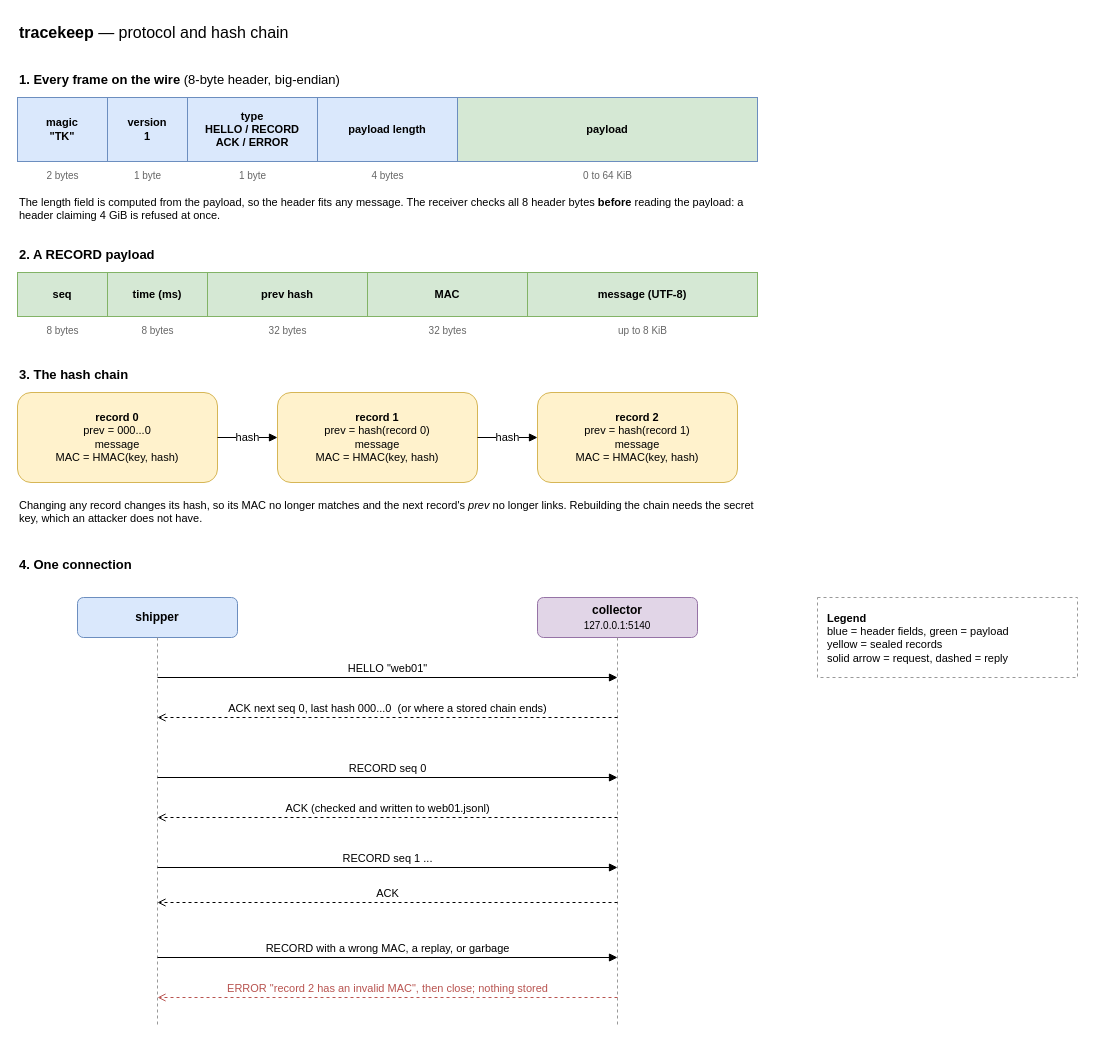
Earlier version of the draw.io diagram docs/tracekeep-protocol.drawio (AoceanP/tracekeep). Source tidied: cells renumbered, new cells numbered last; positions are measured from the earlier drawing's top-left corner, leaving out a move shared by most shapes. Both pictures are drawn from the tidied source at 100%, with x=0, y=0 at pixel (17, 17).
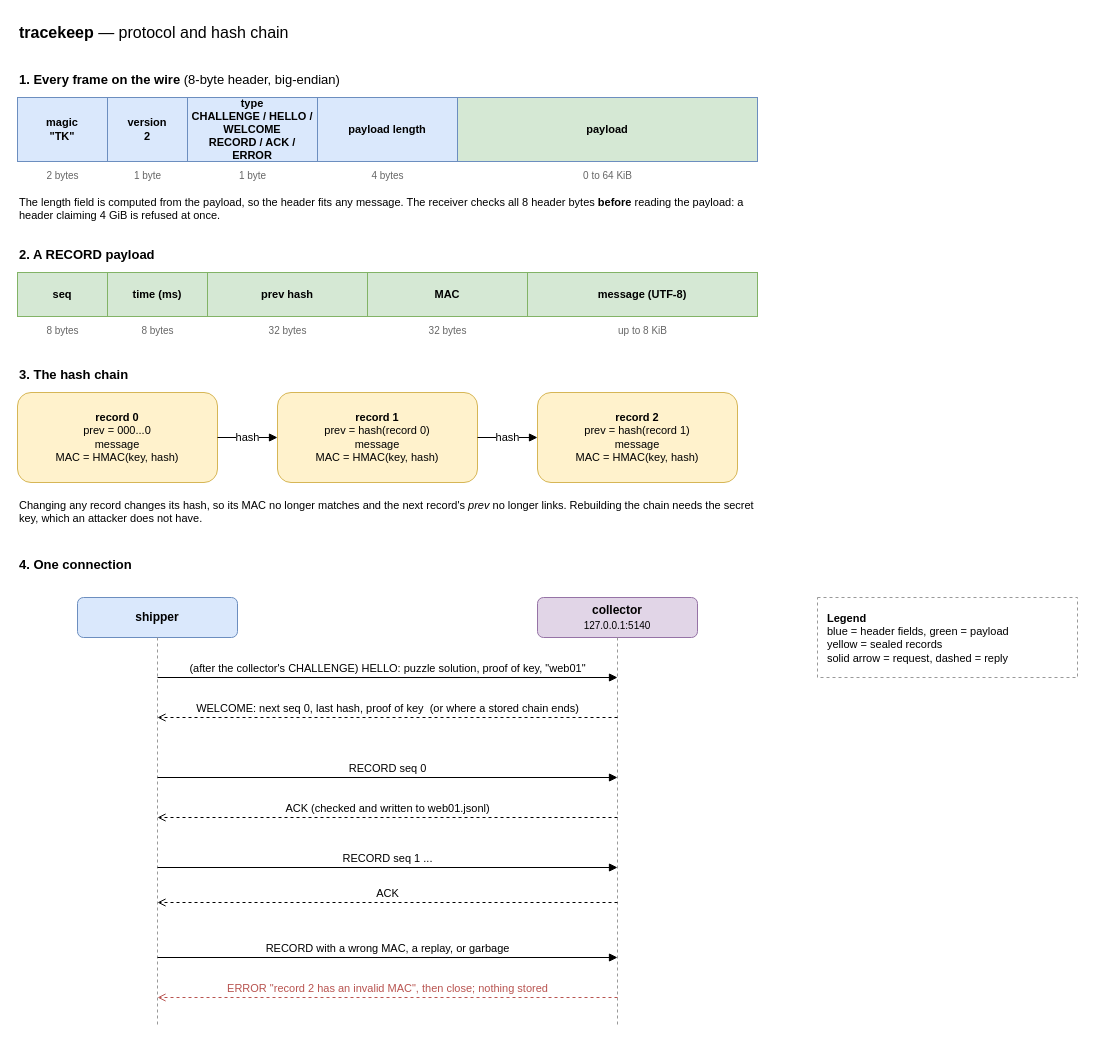
Above is the later version.

The edit, as a diff of the source:
```diff
@@
-    <mxCell id="6" value="&lt;b&gt;version&lt;br&gt;1&lt;/b&gt;" style="rounded=0;whiteSpace=wrap;html=1;fillColor=#dae8fc;strokeColor=#6c8ebf;fontSize=11;" parent="1" vertex="1">
+    <mxCell id="6" value="&lt;b&gt;version&lt;br&gt;2&lt;/b&gt;" style="rounded=0;whiteSpace=wrap;html=1;fillColor=#dae8fc;strokeColor=#6c8ebf;fontSize=11;" parent="1" vertex="1">
       <mxGeometry x="90" y="80" width="80" height="64" as="geometry" />
     </mxCell>
@@
-    <mxCell id="8" value="&lt;b&gt;type&lt;br&gt;HELLO / RECORD&lt;br&gt;ACK / ERROR&lt;/b&gt;" style="rounded=0;whiteSpace=wrap;html=1;fillColor=#dae8fc;strokeColor=#6c8ebf;fontSize=11;" parent="1" vertex="1">
+    <mxCell id="8" value="&lt;b&gt;type&lt;br&gt;CHALLENGE / HELLO / WELCOME&lt;br&gt;RECORD / ACK / ERROR&lt;/b&gt;" style="rounded=0;whiteSpace=wrap;html=1;fillColor=#dae8fc;strokeColor=#6c8ebf;fontSize=11;" parent="1" vertex="1">
       <mxGeometry x="170" y="80" width="130" height="64" as="geometry" />
     </mxCell>
@@
-    <mxCell id="38" value="HELLO &amp;quot;web01&amp;quot;" style="endArrow=block;endFill=1;html=1;fontSize=11;labelBackgroundColor=#ffffff;verticalAlign=bottom;" parent="1" edge="1">
+    <mxCell id="38" value="(after the collector's CHALLENGE) HELLO: puzzle solution, proof of key, &amp;quot;web01&amp;quot;" style="endArrow=block;endFill=1;html=1;fontSize=11;labelBackgroundColor=#ffffff;verticalAlign=bottom;" parent="1" edge="1">
       <mxGeometry relative="1" as="geometry">
         <mxPoint x="140" y="660" as="sourcePoint" />
         <mxPoint x="600" y="660" as="targetPoint" />
       </mxGeometry>
     </mxCell>
-    <mxCell id="39" value="ACK next seq 0, last hash 000...0 &amp;nbsp;(or where a stored chain ends)" style="endArrow=open;endFill=0;dashed=1;html=1;fontSize=11;labelBackgroundColor=#ffffff;verticalAlign=bottom;" parent="1" edge="1">
+    <mxCell id="39" value="WELCOME: next seq 0, last hash, proof of key &amp;nbsp;(or where a stored chain ends)" style="endArrow=open;endFill=0;dashed=1;html=1;fontSize=11;labelBackgroundColor=#ffffff;verticalAlign=bottom;" parent="1" edge="1">
       <mxGeometry relative="1" as="geometry">
         <mxPoint x="600" y="700" as="sourcePoint" />
         <mxPoint x="140" y="700" as="targetPoint" />
       </mxGeometry>
     </mxCell>
```
